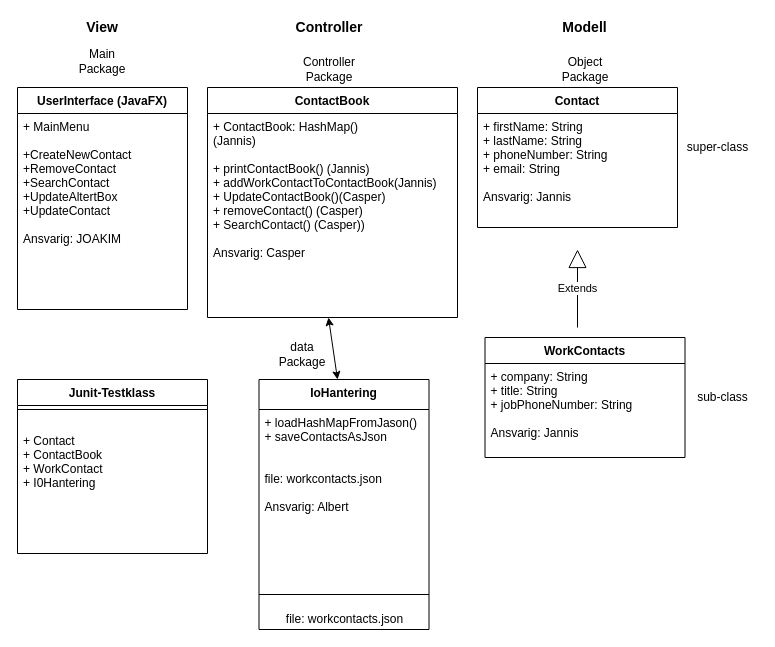
This is labb_3.drawio from boalbert/KontaktBok-JavaFX, a draw.io file, before an edit. Source tidied: cells renumbered, new cells numbered last; positions are measured from the earlier drawing's top-left corner, leaving out a move shared by most shapes. Both pictures are drawn from the tidied source at 100%, with x=0, y=0 at pixel (17, 17).
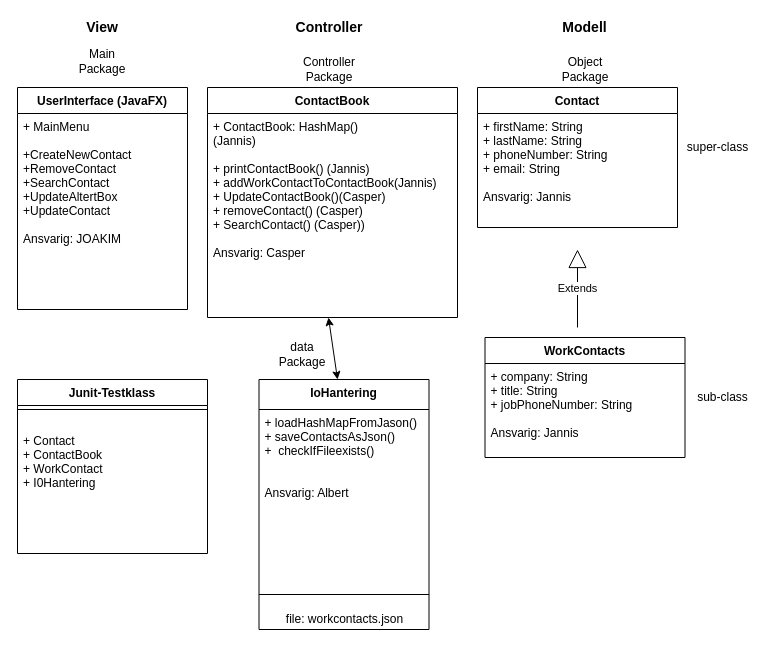
The same diagram, later.

The change refers to these unchanged cells:
```xml
<mxCell id="9" value="IoHantering" style="swimlane;fontStyle=1;align=center;verticalAlign=top;horizontal=1;startSize=30;" parent="1" vertex="1">
  <mxGeometry x="241.5" y="362" width="170" height="250" as="geometry" />
</mxCell>
```

What changed in the source:
```diff
@@
-    <mxCell id="10" value="+ loadHashMapFromJason()&#10;+ saveContactsAsJson&#10;&#10;&#10;file: workcontacts.json&#10;&#10;Ansvarig: Albert" style="text;strokeColor=none;fillColor=none;align=left;verticalAlign=top;spacingLeft=4;spacingRight=4;overflow=hidden;" parent="9" vertex="1">
+    <mxCell id="10" value="+ loadHashMapFromJason()&#10;+ saveContactsAsJson()&#10;+  checkIfFileexists()&#10;&#10;&#10;Ansvarig: Albert" style="text;strokeColor=none;fillColor=none;align=left;verticalAlign=top;spacingLeft=4;spacingRight=4;overflow=hidden;" parent="9" vertex="1">
       <mxGeometry y="30" width="170" height="170" as="geometry" />
     </mxCell>
```
